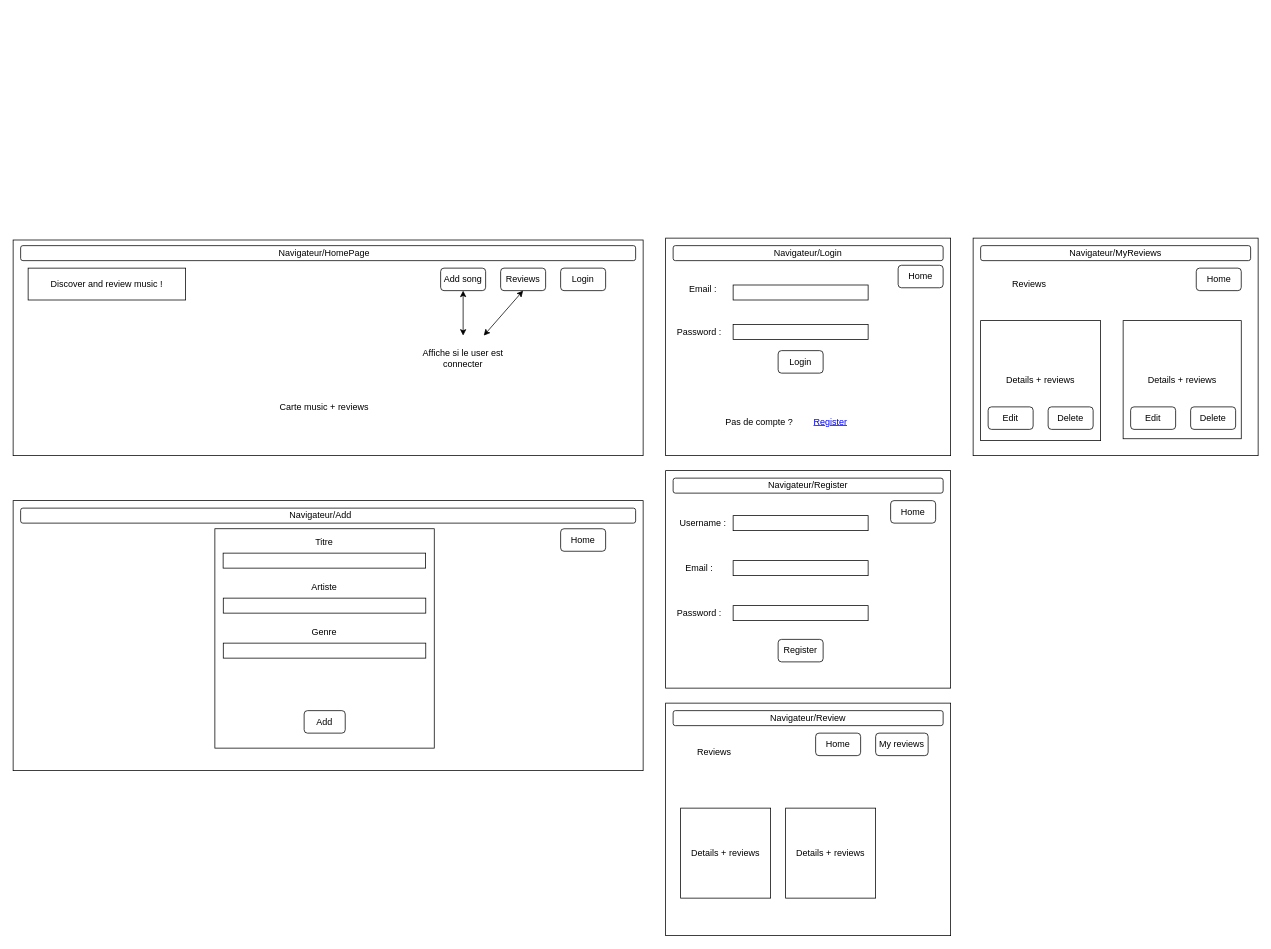
Earlier version of the draw.io diagram Conception-synthese.drawio (classes-mot/4a5-projet-final-h26-jamesbranco). Source tidied: cells renumbered, new cells numbered last; positions are measured from the earlier drawing's top-left corner, leaving out a move shared by most shapes. Both pictures are drawn from the tidied source at 75%, with x=0, y=0 at pixel (13, 238).
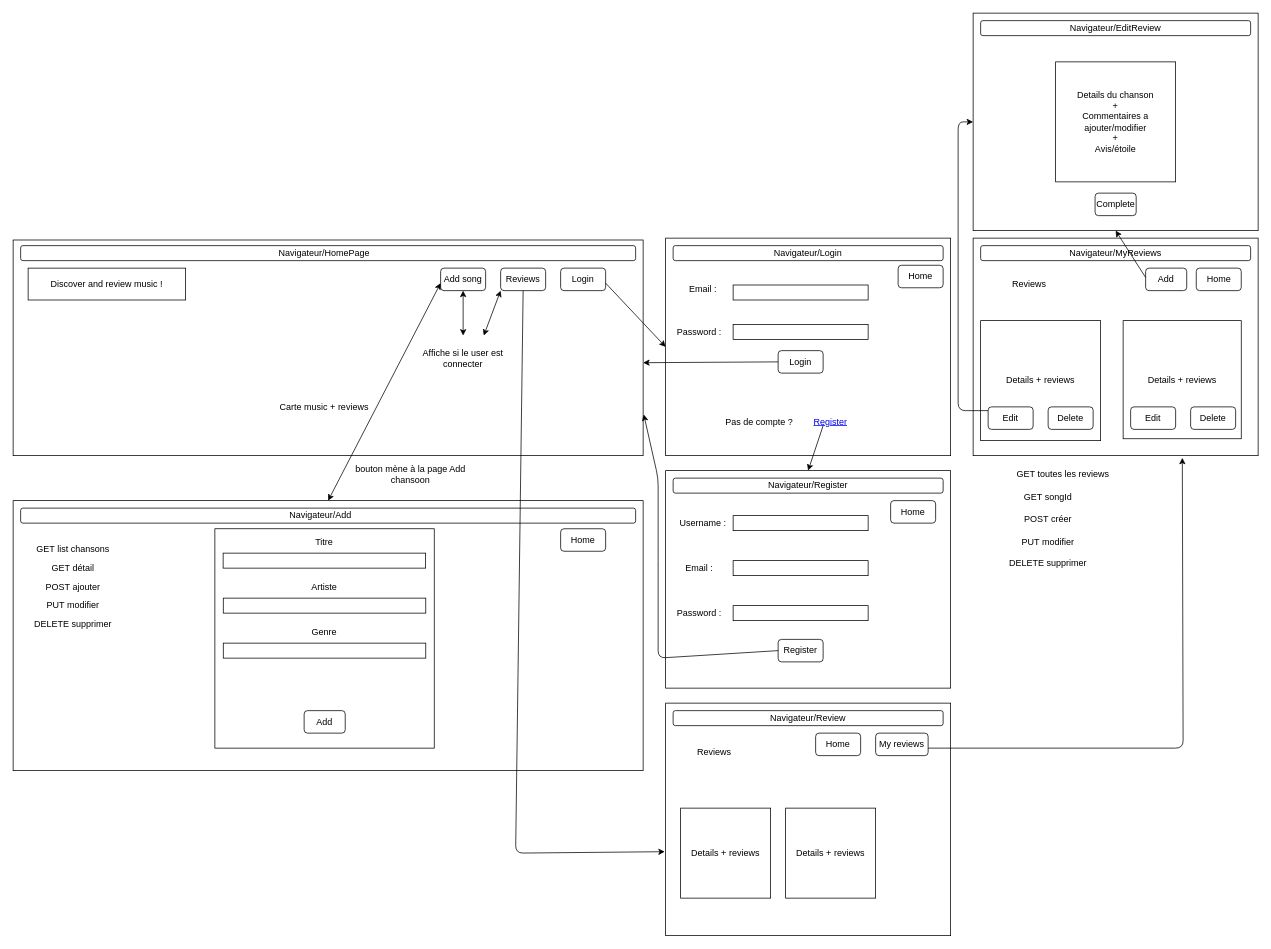
After the change.

Commit message (it also covers changes not shown here):
Fait: < Modification de la conception. Ajout du controller, model et route pour le user. >

The change refers to these unchanged cells:
```xml
<mxCell id="2" style="rounded=0;whiteSpace=wrap;html=1;" parent="1" vertex="1">
  <mxGeometry y="2.5" width="840" height="287.5" as="geometry" />
</mxCell>
<mxCell id="13" value="Reviews" style="text;html=1;align=center;verticalAlign=middle;whiteSpace=wrap;rounded=0;" parent="1" vertex="1">
  <mxGeometry x="650" y="40" width="60" height="30" as="geometry" />
</mxCell>
<mxCell id="15" value="Affiche si le user est connecter" style="text;html=1;align=center;verticalAlign=middle;whiteSpace=wrap;rounded=0;" parent="1" vertex="1">
  <mxGeometry x="545" y="130" width="110" height="60" as="geometry" />
</mxCell>
<mxCell id="17" style="rounded=0;whiteSpace=wrap;html=1;" parent="1" vertex="1">
  <mxGeometry y="350" width="840" height="360" as="geometry" />
</mxCell>
<mxCell id="28" style="rounded=0;whiteSpace=wrap;html=1;" parent="1" vertex="1">
  <mxGeometry x="870" width="380" height="290" as="geometry" />
</mxCell>
<mxCell id="34" value="Login" style="rounded=1;whiteSpace=wrap;html=1;" parent="1" vertex="1">
  <mxGeometry x="1020" y="150" width="60" height="30" as="geometry" />
</mxCell>
<mxCell id="37" style="rounded=0;whiteSpace=wrap;html=1;" parent="1" vertex="1">
  <mxGeometry x="870" y="310" width="380" height="290" as="geometry" />
</mxCell>
<mxCell id="38" style="rounded=0;whiteSpace=wrap;html=1;" parent="1" vertex="1">
  <mxGeometry x="870" y="620" width="380" height="310" as="geometry" />
</mxCell>
<mxCell id="41" style="rounded=0;whiteSpace=wrap;html=1;" parent="1" vertex="1">
  <mxGeometry x="1280" width="380" height="290" as="geometry" />
</mxCell>
<mxCell id="49" value="Register" style="rounded=1;whiteSpace=wrap;html=1;" parent="1" vertex="1">
  <mxGeometry x="1020" y="535" width="60" height="30" as="geometry" />
</mxCell>
```

Diff of the diagram source:
```diff
@@
-    <mxCell id="16" style="endArrow=classic;startArrow=classic;html=1;entryX=0.5;entryY=1;entryDx=0;entryDy=0;exitX=0.75;exitY=0;exitDx=0;exitDy=0;" parent="1" edge="1" source="15" target="13">
+    <mxCell id="16" style="endArrow=classic;startArrow=classic;html=1;entryX=0;entryY=1;entryDx=0;entryDy=0;exitX=0.75;exitY=0;exitDx=0;exitDy=0;" parent="1" edge="1" source="15" target="13">
       <mxGeometry relative="1" as="geometry" />
     </mxCell>
@@
+    <mxCell id="66" value="GET list chansons" style="text;html=1;align=center;verticalAlign=middle;whiteSpace=wrap;rounded=0;" parent="1" vertex="1">
+      <mxGeometry x="20" y="400" width="120" height="30" as="geometry" />
+    </mxCell>
+    <mxCell id="67" value="GET détail" style="text;html=1;align=center;verticalAlign=middle;whiteSpace=wrap;rounded=0;" parent="1" vertex="1">
+      <mxGeometry x="20" y="425" width="120" height="30" as="geometry" />
+    </mxCell>
+    <mxCell id="68" value="POST ajouter" style="text;html=1;align=center;verticalAlign=middle;whiteSpace=wrap;rounded=0;" parent="1" vertex="1">
+      <mxGeometry x="20" y="450" width="120" height="30" as="geometry" />
+    </mxCell>
+    <mxCell id="69" value="PUT modifier" style="text;html=1;align=center;verticalAlign=middle;whiteSpace=wrap;rounded=0;" parent="1" vertex="1">
+      <mxGeometry x="20" y="475" width="120" height="30" as="geometry" />
+    </mxCell>
+    <mxCell id="70" value="DELETE supprimer" style="text;html=1;align=center;verticalAlign=middle;whiteSpace=wrap;rounded=0;" parent="1" vertex="1">
+      <mxGeometry x="20" y="500" width="120" height="30" as="geometry" />
+    </mxCell>
+    <mxCell id="71" value="GET toutes les reviews" style="text;html=1;align=center;verticalAlign=middle;whiteSpace=wrap;rounded=0;" parent="1" vertex="1">
+      <mxGeometry x="1320" y="300" width="160" height="30" as="geometry" />
+    </mxCell>
+    <mxCell id="72" value="GET songId" style="text;html=1;align=center;verticalAlign=middle;whiteSpace=wrap;rounded=0;" parent="1" vertex="1">
+      <mxGeometry x="1320" y="330" width="120" height="30" as="geometry" />
+    </mxCell>
+    <mxCell id="73" value="POST créer" style="text;html=1;align=center;verticalAlign=middle;whiteSpace=wrap;rounded=0;" parent="1" vertex="1">
+      <mxGeometry x="1320" y="360" width="120" height="30" as="geometry" />
+    </mxCell>
+    <mxCell id="74" value="PUT modifier" style="text;html=1;align=center;verticalAlign=middle;whiteSpace=wrap;rounded=0;" parent="1" vertex="1">
+      <mxGeometry x="1320" y="390" width="120" height="30" as="geometry" />
+    </mxCell>
+    <mxCell id="75" value="DELETE supprimer" style="text;html=1;align=center;verticalAlign=middle;whiteSpace=wrap;rounded=0;" parent="1" vertex="1">
+      <mxGeometry x="1320" y="417.5" width="120" height="30" as="geometry" />
+    </mxCell>
+    <mxCell id="76" style="endArrow=classic;startArrow=classic;html=1;exitX=0.5;exitY=0;exitDx=0;exitDy=0;" parent="1" edge="1" source="17">
+      <mxGeometry relative="1" as="geometry">
+        <mxPoint x="570" y="60" as="targetPoint" />
+      </mxGeometry>
+    </mxCell>
+    <mxCell id="77" value="bouton mène à la page Add chansoon" style="text;html=1;align=center;verticalAlign=middle;whiteSpace=wrap;rounded=0;" parent="1" vertex="1">
+      <mxGeometry x="445.4" y="300" width="170" height="30" as="geometry" />
+    </mxCell>
+    <mxCell id="78" style="endArrow=classic;html=1;entryX=0;entryY=0.5;entryDx=0;entryDy=0;" parent="1" edge="1" target="28">
+      <mxGeometry relative="1" as="geometry">
+        <mxPoint x="790" y="60" as="sourcePoint" />
+      </mxGeometry>
+    </mxCell>
+    <mxCell id="79" style="endArrow=classic;html=1;entryX=0.5;entryY=0;entryDx=0;entryDy=0;" parent="1" edge="1" target="37">
+      <mxGeometry relative="1" as="geometry">
+        <mxPoint x="1080" y="250" as="sourcePoint" />
+      </mxGeometry>
+    </mxCell>
+    <mxCell id="80" style="endArrow=classic;html=1;entryX=1;entryY=0.569;entryDx=0;entryDy=0;exitX=0;exitY=0.5;exitDx=0;exitDy=0;entryPerimeter=0;" parent="1" edge="1" source="34" target="2">
+      <mxGeometry relative="1" as="geometry" />
+    </mxCell>
+    <mxCell id="81" style="endArrow=classic;html=1;exitX=0;exitY=0.5;exitDx=0;exitDy=0;entryX=1.001;entryY=0.809;entryDx=0;entryDy=0;entryPerimeter=0;" parent="1" edge="1" source="49" target="2">
+      <mxGeometry relative="1" as="geometry">
+        <Array as="points">
+          <mxPoint x="860" y="560" />
+          <mxPoint x="860" y="420" />
+          <mxPoint x="860" y="320" />
+        </Array>
+      </mxGeometry>
+    </mxCell>
+    <mxCell id="82" style="endArrow=classic;html=1;exitX=0.5;exitY=1;exitDx=0;exitDy=0;entryX=-0.003;entryY=0.639;entryDx=0;entryDy=0;entryPerimeter=0;" parent="1" edge="1" source="13" target="38">
+      <mxGeometry relative="1" as="geometry">
+        <Array as="points">
+          <mxPoint x="670" y="820" />
+        </Array>
+      </mxGeometry>
+    </mxCell>
+    <mxCell id="83" style="endArrow=classic;html=1;entryX=0.734;entryY=1.01;entryDx=0;entryDy=0;entryPerimeter=0;" parent="1" edge="1" target="41">
+      <mxGeometry relative="1" as="geometry">
+        <mxPoint x="1220" y="680" as="sourcePoint" />
+        <Array as="points">
+          <mxPoint x="1560" y="680" />
+        </Array>
+      </mxGeometry>
+    </mxCell>
+    <mxCell id="84" value="Add" style="rounded=1;whiteSpace=wrap;html=1;" parent="1" vertex="1">
+      <mxGeometry x="1510" y="40" width="54.8" height="30" as="geometry" />
+    </mxCell>
+    <mxCell id="85" style="rounded=0;whiteSpace=wrap;html=1;" parent="1" vertex="1">
+      <mxGeometry x="1280" y="-300" width="380" height="290" as="geometry" />
+    </mxCell>
+    <mxCell id="86" value="Navigateur/EditReview" style="rounded=1;whiteSpace=wrap;html=1;" parent="1" vertex="1">
+      <mxGeometry x="1290" y="-290" width="360" height="20" as="geometry" />
+    </mxCell>
+    <mxCell id="87" value="&lt;div&gt;Details du chanson&lt;/div&gt;&lt;div&gt;+&lt;/div&gt;Commentaires a ajouter/modifier&lt;div&gt;+&lt;/div&gt;&lt;div&gt;Avis/étoile&lt;/div&gt;" style="whiteSpace=wrap;html=1;" parent="1" vertex="1">
+      <mxGeometry x="1390" y="-235" width="160" height="160" as="geometry" />
+    </mxCell>
+    <mxCell id="88" value="Complete" style="rounded=1;whiteSpace=wrap;html=1;" parent="1" vertex="1">
+      <mxGeometry x="1442.6" y="-60" width="54.8" height="30" as="geometry" />
+    </mxCell>
+    <mxCell id="89" style="endArrow=classic;html=1;entryX=0.5;entryY=1;entryDx=0;entryDy=0;" parent="1" edge="1" target="85">
+      <mxGeometry relative="1" as="geometry">
+        <mxPoint x="1510" y="52.5" as="sourcePoint" />
+      </mxGeometry>
+    </mxCell>
+    <mxCell id="90" style="endArrow=classic;html=1;entryX=0;entryY=0.5;entryDx=0;entryDy=0;" parent="1" edge="1" target="85">
+      <mxGeometry relative="1" as="geometry">
+        <mxPoint x="1300" y="230" as="sourcePoint" />
+        <Array as="points">
+          <mxPoint x="1260" y="230" />
+          <mxPoint x="1260" y="-155" />
+        </Array>
+      </mxGeometry>
+    </mxCell>
```
